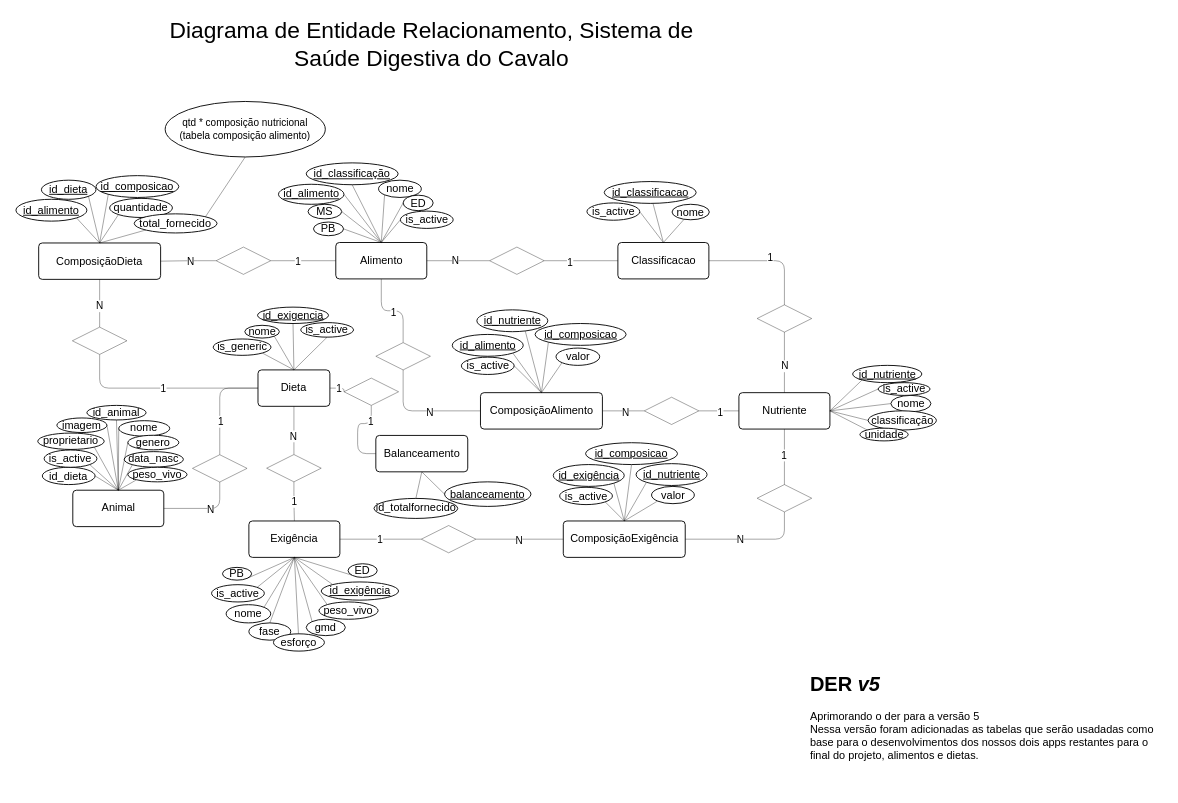
This is doc/derv5dudu.drawio from Gabriel-Augusto21/ESDC, a draw.io file, before an edit. Source tidied: cells renumbered, new cells numbered last; positions are measured from the earlier drawing's top-left corner, leaving out a move shared by most shapes. Both pictures are drawn from the tidied source at 91%, with x=0, y=0 at pixel (15, 29).
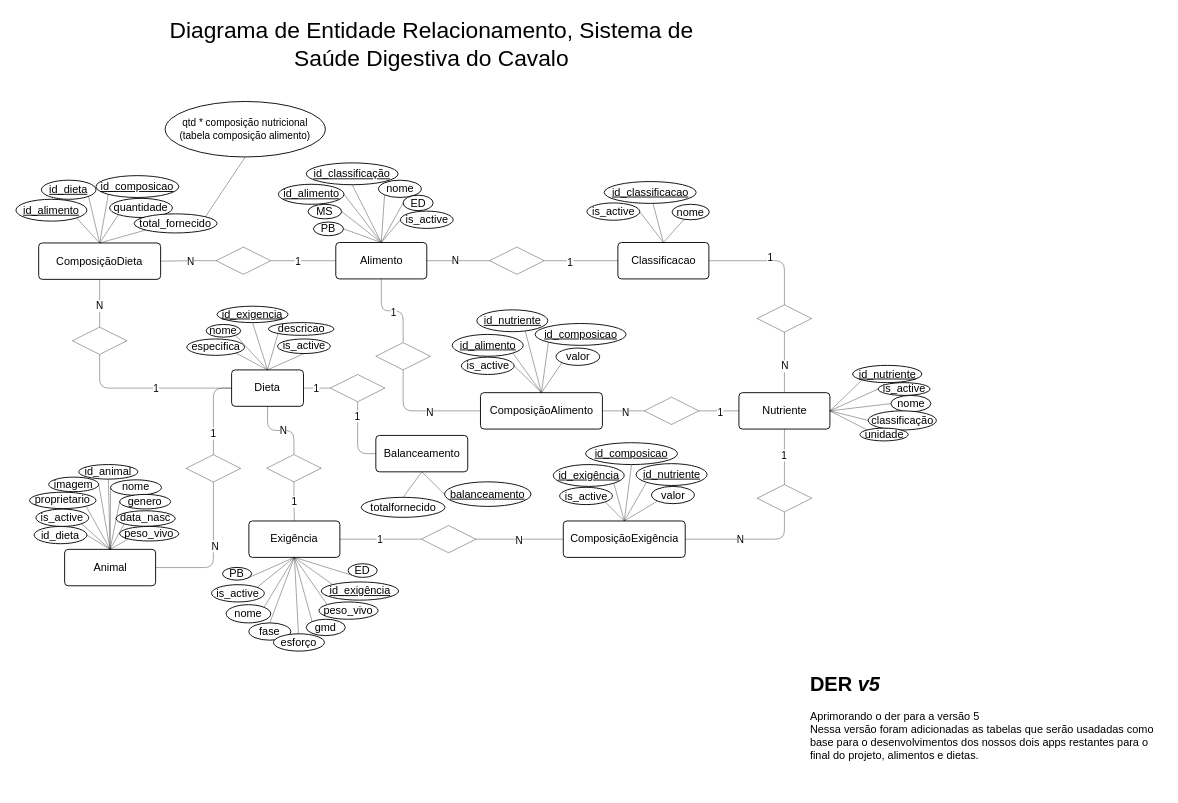
The same diagram, later.

Unchanged cells that the change refers to:
```xml
<mxCell id="125" style="edgeStyle=orthogonalEdgeStyle;shape=connector;curved=0;rounded=1;jettySize=auto;html=1;entryX=0;entryY=0.5;entryDx=0;entryDy=0;shadow=0;strokeColor=default;strokeWidth=0.3937;align=center;verticalAlign=middle;fontFamily=Helvetica;fontSize=11;fontColor=default;labelBackgroundColor=default;startFill=0;endArrow=none;flowAnimation=0;exitX=0.5;exitY=0;exitDx=0;exitDy=0;" parent="1" edge="1" source="129" target="94">
  <mxGeometry relative="1" as="geometry" />
</mxCell>
```

What changed in the source:
```diff
@@
     <mxCell id="89" value="is_&lt;span style=&quot;background-color: transparent; color: light-dark(rgb(0, 0, 0), rgb(255, 255, 255));&quot;&gt;active&lt;/span&gt;" style="ellipse;whiteSpace=wrap;html=1;align=center;" parent="1" vertex="1">
-      <mxGeometry x="313" y="322" width="58" height="16" as="geometry" />
+      <mxGeometry x="287.5" y="340" width="58" height="16" as="geometry" />
     </mxCell>
@@
     <mxCell id="91" value="&lt;u&gt;id_exigencia&lt;/u&gt;" style="ellipse;whiteSpace=wrap;html=1;align=center;" parent="1" vertex="1">
-      <mxGeometry x="265.5" y="305" width="78" height="18" as="geometry" />
+      <mxGeometry x="221" y="304" width="78" height="18" as="geometry" />
     </mxCell>
@@
+    <mxCell id="186" style="edgeStyle=none;shape=connector;rounded=1;jettySize=auto;html=1;exitX=0.5;exitY=0;exitDx=0;exitDy=0;entryX=0;entryY=1;entryDx=0;entryDy=0;shadow=0;strokeColor=default;strokeWidth=0.3937;align=center;verticalAlign=middle;fontFamily=Helvetica;fontSize=11;fontColor=default;labelBackgroundColor=default;startFill=0;endArrow=none;flowAnimation=0;" parent="1" edge="1" source="94" target="187">
+      <mxGeometry relative="1" as="geometry" />
+    </mxCell>
     <mxCell id="94" value="Dieta" style="rounded=1;arcSize=10;whiteSpace=wrap;html=1;align=center;" parent="1" vertex="1">
-      <mxGeometry x="266" y="374" width="79" height="40" as="geometry" />
+      <mxGeometry x="237" y="374" width="79" height="40" as="geometry" />
     </mxCell>
@@
     <mxCell id="110" value="Animal" style="rounded=1;arcSize=10;whiteSpace=wrap;html=1;align=center;" parent="1" vertex="1">
-      <mxGeometry x="62.5" y="506.2" width="100" height="40" as="geometry" />
+      <mxGeometry x="53.5" y="571.2" width="100" height="40" as="geometry" />
     </mxCell>
@@
     <mxCell id="112" value="id_dieta" style="ellipse;whiteSpace=wrap;html=1;align=center;" parent="1" vertex="1">
-      <mxGeometry x="29" y="481" width="58" height="19" as="geometry" />
+      <mxGeometry x="20" y="546" width="58" height="19" as="geometry" />
     </mxCell>
     <mxCell id="113" value="proprietario" style="ellipse;whiteSpace=wrap;html=1;align=center;" parent="1" vertex="1">
-      <mxGeometry x="24" y="443.4" width="73" height="18" as="geometry" />
+      <mxGeometry x="15" y="508.4" width="73" height="18" as="geometry" />
     </mxCell>
     <mxCell id="114" value="imagem" style="ellipse;whiteSpace=wrap;html=1;align=center;" parent="1" vertex="1">
-      <mxGeometry x="45" y="426.8" width="55" height="16" as="geometry" />
+      <mxGeometry x="36" y="491.8" width="55" height="16" as="geometry" />
     </mxCell>
     <mxCell id="115" value="data_nasc" style="ellipse;whiteSpace=wrap;html=1;align=center;" parent="1" vertex="1">
-      <mxGeometry x="119" y="463.8" width="65" height="17" as="geometry" />
+      <mxGeometry x="110" y="528.8" width="65" height="17" as="geometry" />
     </mxCell>
     <mxCell id="116" value="nome" style="ellipse;whiteSpace=wrap;html=1;align=center;" parent="1" vertex="1">
-      <mxGeometry x="113" y="429.8" width="56" height="17" as="geometry" />
+      <mxGeometry x="104" y="494.8" width="56" height="17" as="geometry" />
     </mxCell>
     <mxCell id="117" value="genero" style="ellipse;whiteSpace=wrap;html=1;align=center;" parent="1" vertex="1">
-      <mxGeometry x="123" y="445.8" width="56" height="16" as="geometry" />
+      <mxGeometry x="114" y="510.8" width="56" height="16" as="geometry" />
     </mxCell>
@@
     <mxCell id="121" value="is_&lt;span style=&quot;background-color: transparent; color: light-dark(rgb(0, 0, 0), rgb(255, 255, 255));&quot;&gt;active&lt;/span&gt;" style="ellipse;whiteSpace=wrap;html=1;align=center;" parent="1" vertex="1">
-      <mxGeometry x="31" y="462" width="58" height="19" as="geometry" />
+      <mxGeometry x="22" y="527" width="58" height="19" as="geometry" />
     </mxCell>
@@
-    <mxCell id="126" value="1" style="edgeLabel;html=1;align=center;verticalAlign=middle;fontFamily=Helvetica;fontSize=11;fontColor=default;labelBackgroundColor=default;" parent="125" vertex="1">
-      <mxGeometry x="-0.36" y="-1" relative="1" as="geometry">
-        <mxPoint x="-1" as="offset" />
-      </mxGeometry>
+    <mxCell id="126" value="1" style="edgeLabel;html=1;align=center;verticalAlign=middle;" parent="125" vertex="1">
+      <mxGeometry x="-0.48" y="1" relative="1" as="geometry" />
     </mxCell>
@@
     <mxCell id="129" style="shape=rhombus;perimeter=rhombusPerimeter;whiteSpace=wrap;html=1;align=center;strokeWidth=0.3937;fontFamily=Helvetica;fontColor=#464646;spacing=0.3937;" parent="1" vertex="1">
-      <mxGeometry x="194" y="467.2" width="60" height="30" as="geometry" />
+      <mxGeometry x="187" y="467.2" width="60" height="30" as="geometry" />
     </mxCell>
@@
     <mxCell id="167" value="nome" style="ellipse;whiteSpace=wrap;html=1;align=center;" parent="1" vertex="1">
-      <mxGeometry x="251.5" y="325" width="38" height="14" as="geometry" />
+      <mxGeometry x="209" y="324" width="38" height="14" as="geometry" />
     </mxCell>
     <mxCell id="168" value="peso_vivo" style="ellipse;whiteSpace=wrap;html=1;align=center;" parent="1" vertex="1">
-      <mxGeometry x="123" y="481" width="65" height="16" as="geometry" />
+      <mxGeometry x="114" y="546" width="65" height="16" as="geometry" />
     </mxCell>
@@
     <mxCell id="171" value="id_animal" style="ellipse;whiteSpace=wrap;html=1;align=center;" parent="1" vertex="1">
-      <mxGeometry x="78" y="413" width="65" height="16" as="geometry" />
+      <mxGeometry x="69" y="478" width="65" height="16" as="geometry" />
     </mxCell>
@@
-    <mxCell id="177" value="id_totalfornecido" style="ellipse;whiteSpace=wrap;html=1;align=center;" parent="1" vertex="1">
-      <mxGeometry x="393.5" y="515.2" width="92" height="22" as="geometry" />
+    <mxCell id="177" value="totalfornecido" style="ellipse;whiteSpace=wrap;html=1;align=center;" parent="1" vertex="1">
+      <mxGeometry x="379.5" y="514" width="92" height="22" as="geometry" />
     </mxCell>
@@
-    <mxCell id="182" value="is_generic" style="ellipse;whiteSpace=wrap;html=1;align=center;" parent="1" vertex="1">
-      <mxGeometry x="216.8" y="340" width="63.5" height="18" as="geometry" />
+    <mxCell id="182" value="especifica" style="ellipse;whiteSpace=wrap;html=1;align=center;" parent="1" vertex="1">
+      <mxGeometry x="187.8" y="340" width="63.5" height="18" as="geometry" />
     </mxCell>
@@
     <mxCell id="185" style="shape=rhombus;perimeter=rhombusPerimeter;whiteSpace=wrap;html=1;align=center;strokeWidth=0.3937;fontFamily=Helvetica;fontColor=#464646;spacing=0.3937;" parent="1" vertex="1">
-      <mxGeometry x="360.5" y="383" width="60" height="30" as="geometry" />
+      <mxGeometry x="345.5" y="379" width="60" height="30" as="geometry" />
     </mxCell>
+    <mxCell id="187" value="descricao" style="ellipse;whiteSpace=wrap;html=1;align=center;" parent="1" vertex="1">
+      <mxGeometry x="277.5" y="322" width="72" height="14" as="geometry" />
+    </mxCell>
```
